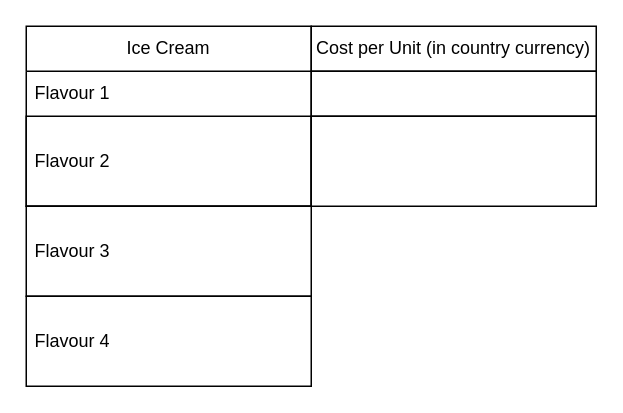
richs2101/Ice-Cream keeps this draw.io diagram as Ice Cream Data Modelling Sales sheet design.drawio. Above is the earlier version. Source tidied: cells renumbered, new cells numbered last; positions are measured from the earlier drawing's top-left corner, leaving out a move shared by most shapes. Both pictures are drawn from the tidied source at 150%, with x=0, y=0 at pixel (26, 26).
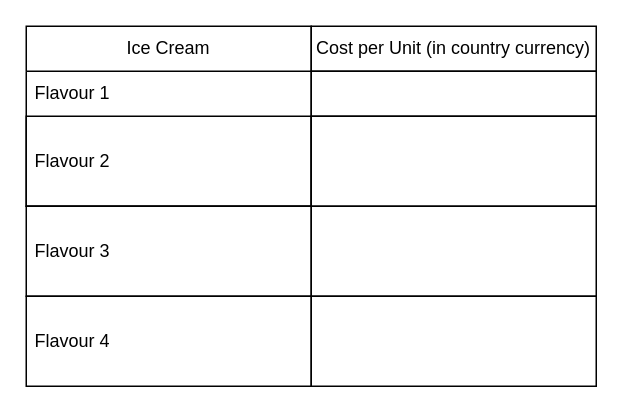
The same diagram, later.

The edit, as a diff of the source:
```diff
@@
 <mxGraphModel background="light-dark(#FFFFFF,#FFFFFF)">
   <root>
     <mxCell id="0" />
     <mxCell id="1" parent="0" />
     <mxCell id="2" value="Ice Cream" style="swimlane;fontStyle=0;horizontal=1;startSize=30;whiteSpace=wrap;html=1;strokeColor=light-dark(#000000,#000000);" parent="1" vertex="1">
       <mxGeometry width="190" height="120" as="geometry" />
     </mxCell>
     <mxCell id="3" value="&lt;font style=&quot;color: light-dark(rgb(0, 0, 0), rgb(0, 0, 0));&quot;&gt;Flavour 1&lt;/font&gt;" style="text;strokeColor=none;fillColor=none;align=left;verticalAlign=middle;spacingLeft=4;spacingRight=4;overflow=hidden;whiteSpace=wrap;html=1;" parent="2" vertex="1">
       <mxGeometry y="30" width="190" height="30" as="geometry" />
     </mxCell>
     <mxCell id="4" value="Item 3" style="text;strokeColor=none;fillColor=none;align=left;verticalAlign=middle;spacingLeft=4;spacingRight=4;overflow=hidden;whiteSpace=wrap;html=1;" parent="2" vertex="1">
       <mxGeometry y="60" width="190" as="geometry" />
     </mxCell>
     <mxCell id="5" value="&lt;font style=&quot;color: light-dark(rgb(0, 0, 0), rgb(0, 0, 0));&quot;&gt;Flavour 2&lt;/font&gt;" style="text;strokeColor=light-dark(#000000,#000000);fillColor=none;align=left;verticalAlign=middle;spacingLeft=4;spacingRight=4;overflow=hidden;whiteSpace=wrap;html=1;" parent="2" vertex="1">
       <mxGeometry y="60" width="190" height="60" as="geometry" />
     </mxCell>
     <mxCell id="6" value="&lt;font style=&quot;color: light-dark(rgb(0, 0, 0), rgb(0, 0, 0));&quot;&gt;Flavour 3&lt;/font&gt;" style="text;strokeColor=light-dark(#000000,#000000);fillColor=none;align=left;verticalAlign=middle;spacingLeft=4;spacingRight=4;overflow=hidden;whiteSpace=wrap;html=1;" parent="1" vertex="1">
       <mxGeometry y="120" width="190" height="60" as="geometry" />
     </mxCell>
     <mxCell id="7" value="&lt;font style=&quot;color: light-dark(rgb(0, 0, 0), rgb(0, 0, 0));&quot;&gt;Flavour 4&lt;/font&gt;" style="text;strokeColor=light-dark(#000000,#000000);fillColor=none;align=left;verticalAlign=middle;spacingLeft=4;spacingRight=4;overflow=hidden;whiteSpace=wrap;html=1;" parent="1" vertex="1">
       <mxGeometry y="180" width="190" height="60" as="geometry" />
     </mxCell>
     <mxCell id="8" value="Cost per Unit (in country currency)" style="swimlane;fontStyle=0;horizontal=1;startSize=30;whiteSpace=wrap;html=1;strokeColor=light-dark(#000000,#000000);" parent="1" vertex="1">
       <mxGeometry x="190" width="190" height="30" as="geometry" />
     </mxCell>
     <mxCell id="9" value="Item 3" style="text;strokeColor=none;fillColor=none;align=left;verticalAlign=middle;spacingLeft=4;spacingRight=4;overflow=hidden;whiteSpace=wrap;html=1;" parent="8" vertex="1">
       <mxGeometry y="30" width="190" as="geometry" />
     </mxCell>
     <mxCell id="10" style="text;strokeColor=light-dark(#000000,#000000);fillColor=none;align=left;verticalAlign=middle;spacingLeft=4;spacingRight=4;overflow=hidden;whiteSpace=wrap;html=1;" parent="1" vertex="1">
       <mxGeometry x="190" y="30" width="190" height="30" as="geometry" />
     </mxCell>
     <mxCell id="11" style="text;strokeColor=light-dark(#000000,#000000);fillColor=none;align=left;verticalAlign=middle;spacingLeft=4;spacingRight=4;overflow=hidden;whiteSpace=wrap;html=1;" parent="1" vertex="1">
       <mxGeometry x="190" y="60" width="190" height="60" as="geometry" />
     </mxCell>
+    <mxCell id="12" style="text;strokeColor=light-dark(#000000,#000000);fillColor=none;align=left;verticalAlign=middle;spacingLeft=4;spacingRight=4;overflow=hidden;whiteSpace=wrap;html=1;" parent="1" vertex="1">
+      <mxGeometry x="190" y="120" width="190" height="60" as="geometry" />
+    </mxCell>
+    <mxCell id="13" style="text;strokeColor=light-dark(#000000,#000000);fillColor=none;align=left;verticalAlign=middle;spacingLeft=4;spacingRight=4;overflow=hidden;whiteSpace=wrap;html=1;" parent="1" vertex="1">
+      <mxGeometry x="190" y="180" width="190" height="60" as="geometry" />
+    </mxCell>
   </root>
 </mxGraphModel>
```
